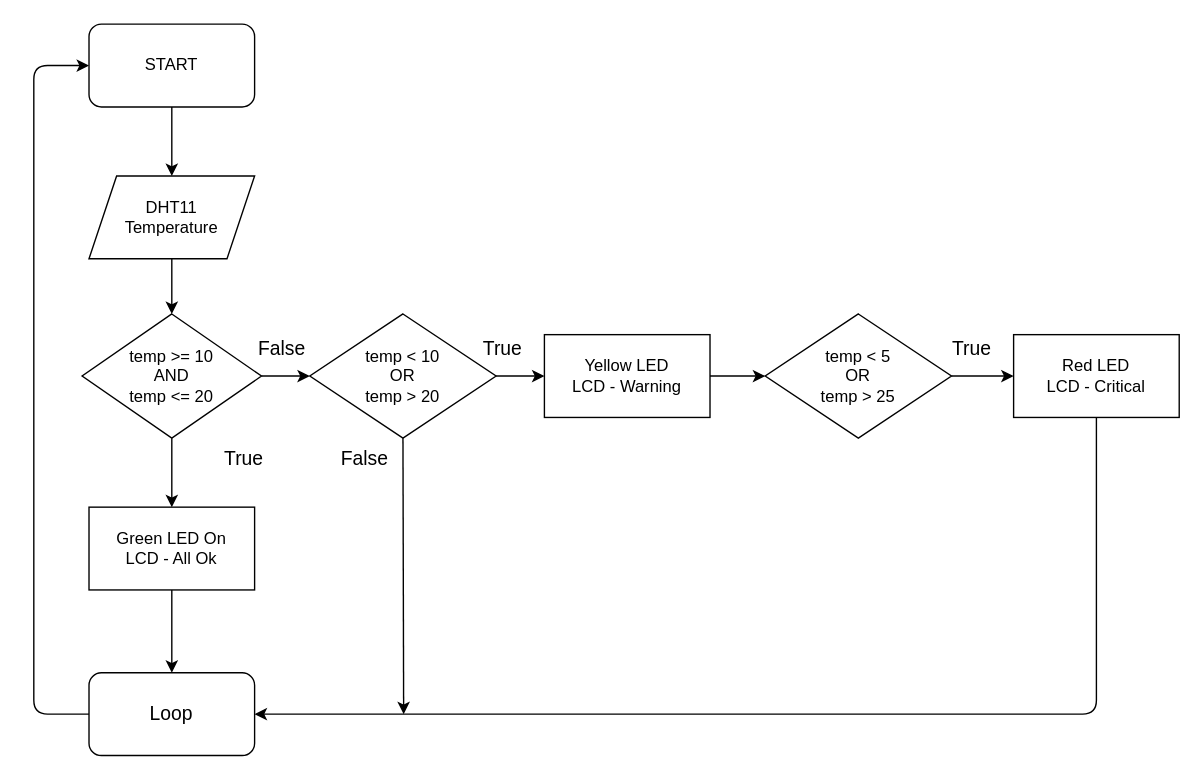
Systemad/arduino-project keeps this draw.io diagram as Untitled Diagram.drawio. Above is the earlier version. Source tidied: cells renumbered, new cells numbered last; positions are measured from the earlier drawing's top-left corner, leaving out a move shared by most shapes. Both pictures are drawn from the tidied source at 138%, with x=0, y=0 at pixel (33, 23).
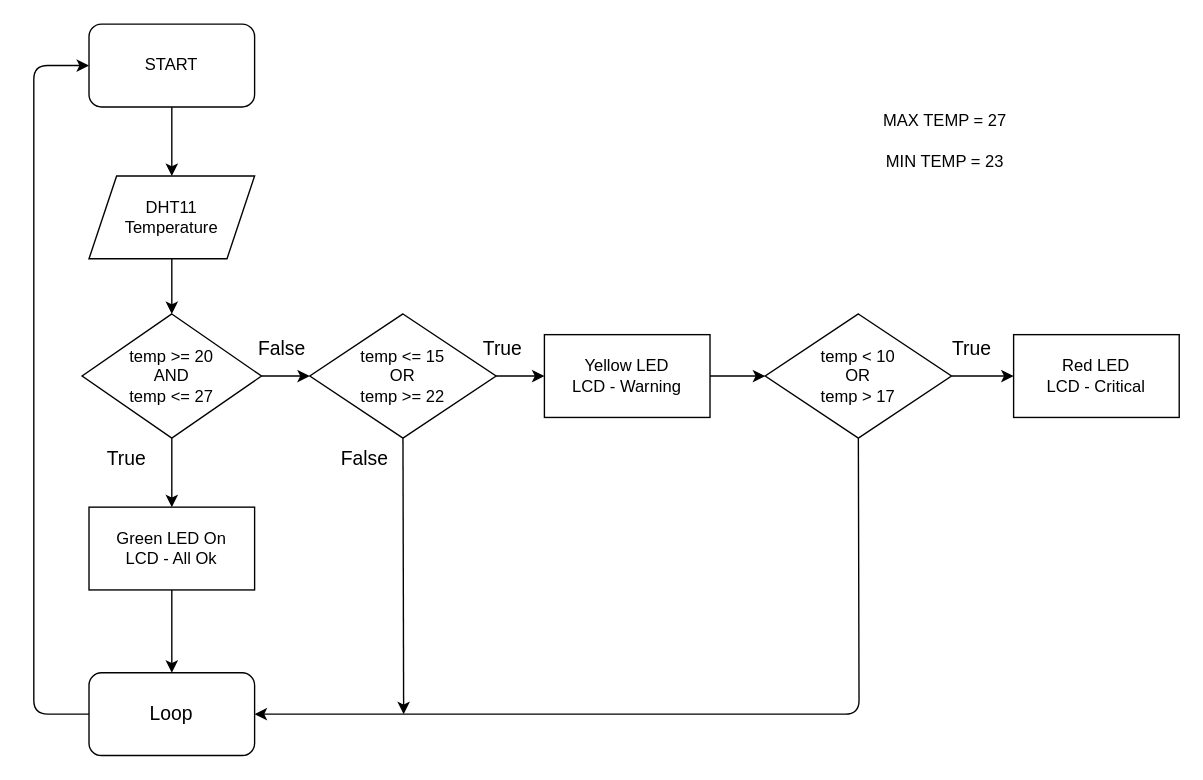
The same diagram, later.

The change refers to these unchanged cells:
```xml
<mxCell id="14" value="Red LED&lt;br&gt;LCD - Critical" style="rounded=0;whiteSpace=wrap;html=1;" parent="1" vertex="1">
  <mxGeometry x="710" y="225" width="120" height="60" as="geometry" />
</mxCell>
<mxCell id="15" value="&lt;font style=&quot;font-size: 14px&quot;&gt;Loop&lt;/font&gt;" style="rounded=1;whiteSpace=wrap;html=1;" parent="1" vertex="1">
  <mxGeometry x="40" y="470" width="120" height="60" as="geometry" />
</mxCell>
```

Change to the diagram source:
```diff
@@
-    <mxCell id="5" value="temp &amp;gt;= 10&lt;br&gt;AND&lt;br&gt;temp &amp;lt;= 20" style="rhombus;whiteSpace=wrap;html=1;" parent="1" vertex="1">
+    <mxCell id="5" value="temp &amp;gt;= 20&lt;br&gt;AND&lt;br&gt;temp &amp;lt;= 27" style="rhombus;whiteSpace=wrap;html=1;" parent="1" vertex="1">
       <mxGeometry x="35" y="210" width="130" height="90" as="geometry" />
     </mxCell>
@@
     <mxCell id="9" value="&lt;font style=&quot;font-size: 14px&quot;&gt;True&lt;/font&gt;" style="text;html=1;strokeColor=none;fillColor=none;align=center;verticalAlign=middle;whiteSpace=wrap;rounded=0;" parent="1" vertex="1">
-      <mxGeometry x="125" y="300" width="55" height="30" as="geometry" />
+      <mxGeometry x="40" y="300" width="55" height="30" as="geometry" />
     </mxCell>
@@
-    <mxCell id="13" value="&lt;span&gt;temp &amp;lt; 5&lt;/span&gt;&lt;br&gt;&lt;span&gt;OR&lt;/span&gt;&lt;br&gt;&lt;span&gt;temp &amp;gt; 25&lt;/span&gt;" style="rhombus;whiteSpace=wrap;html=1;" parent="1" vertex="1">
+    <mxCell id="13" value="&lt;span&gt;temp &amp;lt; 10&lt;/span&gt;&lt;br&gt;&lt;span&gt;OR&lt;/span&gt;&lt;br&gt;&lt;span&gt;temp &amp;gt; 17&lt;/span&gt;" style="rhombus;whiteSpace=wrap;html=1;" parent="1" vertex="1">
       <mxGeometry x="530" y="210" width="135" height="90" as="geometry" />
     </mxCell>
@@
-    <mxCell id="18" value="&lt;span&gt;temp &amp;lt; 10&lt;/span&gt;&lt;br&gt;OR&lt;br&gt;&lt;span&gt;temp &amp;gt; 20&lt;/span&gt;" style="rhombus;whiteSpace=wrap;html=1;" parent="1" vertex="1">
+    <mxCell id="18" value="&lt;span&gt;temp &amp;lt;= 15&lt;/span&gt;&lt;br&gt;OR&lt;br&gt;&lt;span&gt;temp &amp;gt;= 22&lt;/span&gt;" style="rhombus;whiteSpace=wrap;html=1;" parent="1" vertex="1">
       <mxGeometry x="200" y="210" width="135" height="90" as="geometry" />
     </mxCell>
@@
-    <mxCell id="25" style="endArrow=classic;html=1;exitX=0.5;exitY=1;exitDx=0;exitDy=0;entryX=1;entryY=0.5;entryDx=0;entryDy=0;" parent="1" edge="1" source="14" target="15">
+    <mxCell id="25" style="endArrow=classic;html=1;exitX=0.5;exitY=1;exitDx=0;exitDy=0;entryX=1;entryY=0.5;entryDx=0;entryDy=0;" parent="1" edge="1" source="13" target="15">
       <mxGeometry relative="1" as="geometry">
         <Array as="points">
-          <mxPoint x="770" y="500" />
+          <mxPoint x="598" y="500" />
         </Array>
       </mxGeometry>
     </mxCell>
@@
+    <mxCell id="27" value="MAX TEMP = 27" style="text;html=1;align=center;verticalAlign=middle;" parent="1" vertex="1">
+      <mxGeometry x="605" y="60" width="110" height="20" as="geometry" />
+    </mxCell>
+    <mxCell id="28" value="MIN TEMP = 23&lt;br&gt;" style="text;html=1;align=center;verticalAlign=middle;" parent="1" vertex="1">
+      <mxGeometry x="610" y="90" width="100" height="20" as="geometry" />
+    </mxCell>
```
